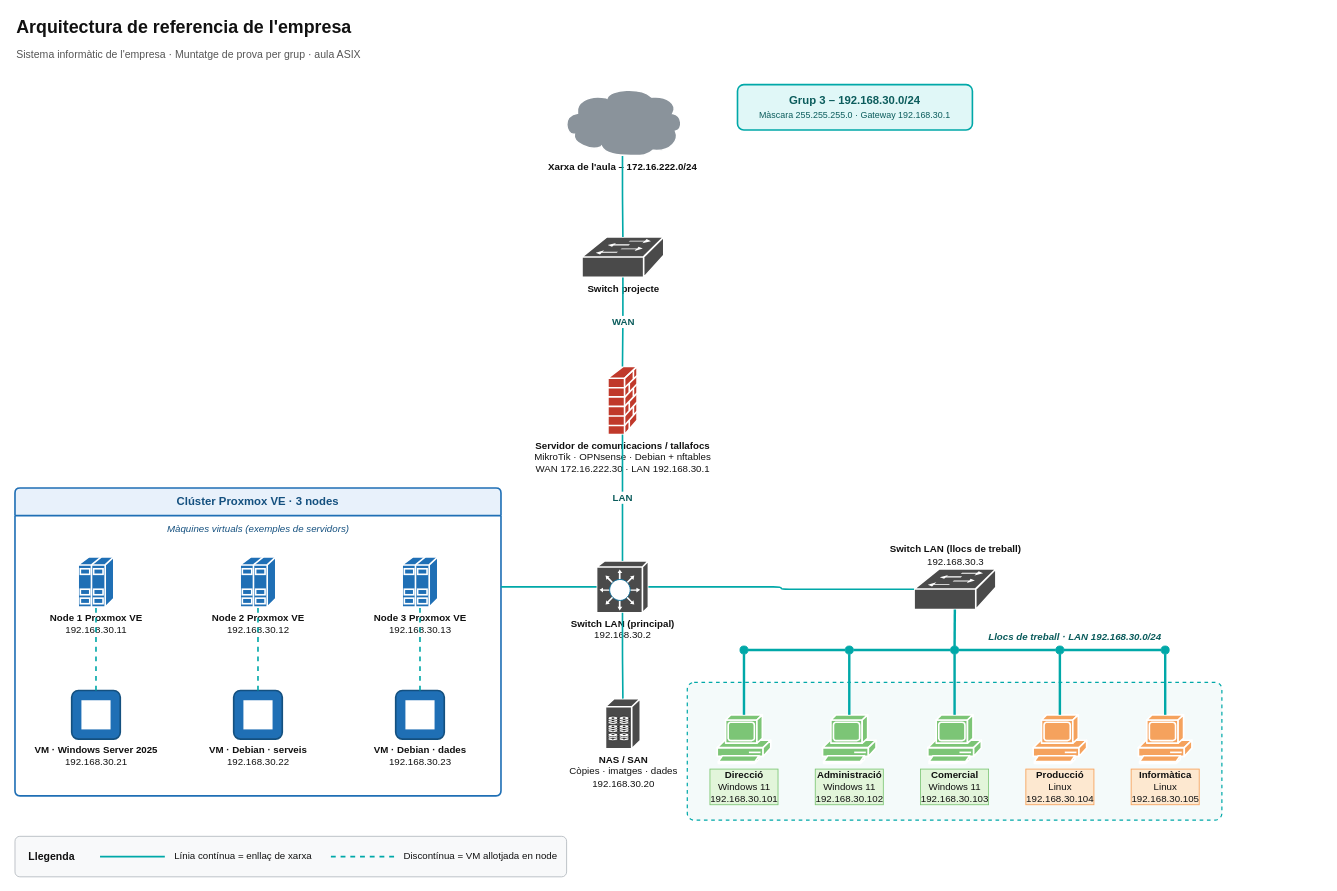
Above: diagrames/arquitectura-red.drawio in varo010/asix-aula-grup-03-ISO (draw.io), before the change. Source tidied: cells renumbered, new cells numbered last; positions are measured from the earlier drawing's top-left corner, leaving out a move shared by most shapes. Both pictures are drawn from the tidied source at 81%, with x=0, y=0 at pixel (15, 14).
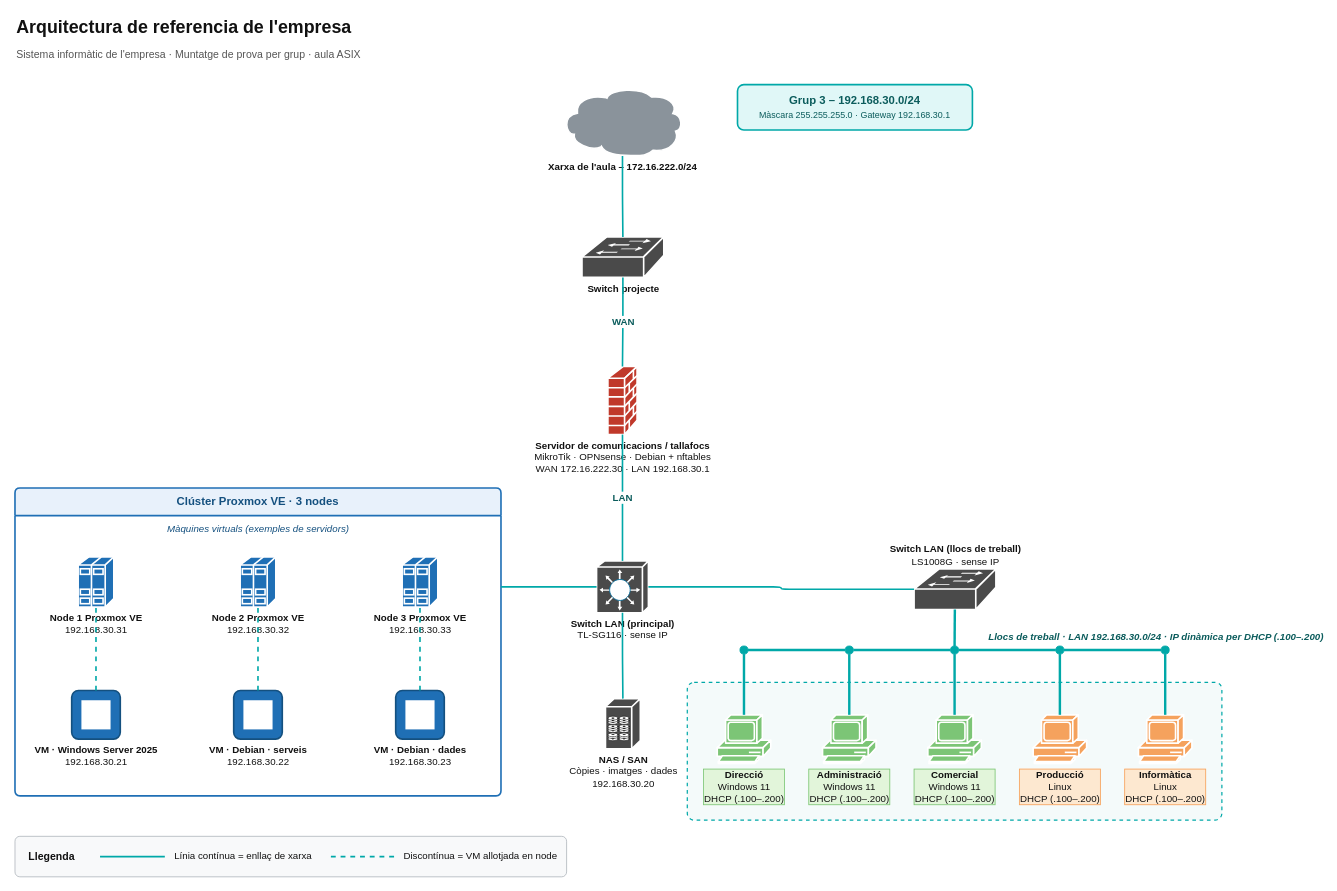
The same page after the edit.

Commit message (it also covers changes not shown here):
docs(t4): switches sin IP, nodos en .31-.33 y PC por DHCP (.100-.200)

- arquitectura-red.drawio: los switches no gestionables quedan sin IP y
  los nodos Proxmox pasan de .11-.13 a .31-.33.
- Los PC físicos y virtuales reciben IP dinámica por DHCP en el rango
  .100-.200 (ambos draw.io y 04-disseny).
- Rangos: servidores .16-.99, clientes DHCP .100-.200, .201-.254 libres.

Unchanged cells that the change refers to:
```xml
<mxCell id="33" value="Clúster Proxmox VE · 3 nodes" style="swimlane;startSize=34;rounded=1;arcSize=6;fillColor=#E8F1FB;strokeColor=#1F6FB5;strokeWidth=2;fontStyle=1;fontSize=14;fontColor=#14507F;html=1;whiteSpace=wrap;" parent="1" vertex="1">
  <mxGeometry y="585" width="600" height="380" as="geometry" />
</mxCell>
```

What changed in the source:
```diff
@@
-    <mxCell id="8" value="&lt;b&gt;Switch LAN (principal)&lt;/b&gt;&lt;br&gt;192.168.30.2" style="strokeColor=#ffffff;sketch=0;html=1;dashed=0;fillColor=#4A4A4A;strokeWidth=2;verticalLabelPosition=bottom;verticalAlign=top;align=center;outlineConnect=0;shape=mxgraph.cisco.switches.layer_3_switch;fontSize=12;fontColor=#111111;labelPerimeter=1;" parent="1" vertex="1">
+    <mxCell id="8" value="&lt;b&gt;Switch LAN (principal)&lt;/b&gt;&lt;br&gt;TL-SG116 · sense IP" style="strokeColor=#ffffff;sketch=0;html=1;dashed=0;fillColor=#4A4A4A;strokeWidth=2;verticalLabelPosition=bottom;verticalAlign=top;align=center;outlineConnect=0;shape=mxgraph.cisco.switches.layer_3_switch;fontSize=12;fontColor=#111111;labelPerimeter=1;" parent="1" vertex="1">
       <mxGeometry x="718" y="675" width="64" height="64" as="geometry" />
     </mxCell>
@@
-    <mxCell id="10" value="&lt;b&gt;Switch LAN (llocs de treball)&lt;/b&gt;&lt;br&gt;192.168.30.3" style="strokeColor=#ffffff;sketch=0;html=1;dashed=0;fillColor=#4A4A4A;strokeWidth=2;verticalLabelPosition=top;verticalAlign=bottom;align=center;outlineConnect=0;shape=mxgraph.cisco.switches.workgroup_switch;fontSize=12;fontColor=#111111;labelPerimeter=1;" parent="1" vertex="1">
+    <mxCell id="10" value="&lt;b&gt;Switch LAN (llocs de treball)&lt;/b&gt;&lt;br&gt;LS1008G · sense IP" style="strokeColor=#ffffff;sketch=0;html=1;dashed=0;fillColor=#4A4A4A;strokeWidth=2;verticalLabelPosition=top;verticalAlign=bottom;align=center;outlineConnect=0;shape=mxgraph.cisco.switches.workgroup_switch;fontSize=12;fontColor=#111111;labelPerimeter=1;" parent="1" vertex="1">
       <mxGeometry x="1110" y="685" width="101" height="50" as="geometry" />
     </mxCell>
@@
-    <mxCell id="12" value="Llocs de treball · LAN 192.168.30.0/24" style="text;html=1;align=left;verticalAlign=middle;fontSize=12;fontStyle=3;fontColor=#0B5C5C;strokeColor=none;fillColor=none;" parent="1" vertex="1">
+    <mxCell id="12" value="Llocs de treball · LAN 192.168.30.0/24 · IP dinàmica per DHCP (.100–.200)" style="text;html=1;align=left;verticalAlign=middle;fontSize=12;fontStyle=3;fontColor=#0B5C5C;strokeColor=none;fillColor=none;" parent="1" vertex="1">
       <mxGeometry x="1200" y="758" width="300" height="22" as="geometry" />
     </mxCell>
-    <mxCell id="13" value="&lt;b&gt;Direcció&lt;/b&gt;&lt;br&gt;Windows 11&lt;br&gt;192.168.30.101" style="sketch=0;html=1;dashed=0;fillColor=#7CC576;strokeColor=#ffffff;strokeWidth=2;verticalLabelPosition=bottom;verticalAlign=top;align=center;outlineConnect=0;shape=mxgraph.cisco.computers_and_peripherals.pc;fontSize=12;fontColor=#111111;labelBackgroundColor=#E2F5DA;labelBorderColor=#7CC576;labelPerimeter=1;" parent="1" vertex="1">
+    <mxCell id="13" value="&lt;b&gt;Direcció&lt;/b&gt;&lt;br&gt;Windows 11&lt;br&gt;DHCP (.100–.200)" style="sketch=0;html=1;dashed=0;fillColor=#7CC576;strokeColor=#ffffff;strokeWidth=2;verticalLabelPosition=bottom;verticalAlign=top;align=center;outlineConnect=0;shape=mxgraph.cisco.computers_and_peripherals.pc;fontSize=12;fontColor=#111111;labelBackgroundColor=#E2F5DA;labelBorderColor=#7CC576;labelPerimeter=1;" parent="1" vertex="1">
       <mxGeometry x="867" y="865" width="66" height="60" as="geometry" />
     </mxCell>
-    <mxCell id="14" value="&lt;b&gt;Administració&lt;/b&gt;&lt;br&gt;Windows 11&lt;br&gt;192.168.30.102" style="sketch=0;html=1;dashed=0;fillColor=#7CC576;strokeColor=#ffffff;strokeWidth=2;verticalLabelPosition=bottom;verticalAlign=top;align=center;outlineConnect=0;shape=mxgraph.cisco.computers_and_peripherals.pc;fontSize=12;fontColor=#111111;labelBackgroundColor=#E2F5DA;labelBorderColor=#7CC576;labelPerimeter=1;" parent="1" vertex="1">
+    <mxCell id="14" value="&lt;b&gt;Administració&lt;/b&gt;&lt;br&gt;Windows 11&lt;br&gt;DHCP (.100–.200)" style="sketch=0;html=1;dashed=0;fillColor=#7CC576;strokeColor=#ffffff;strokeWidth=2;verticalLabelPosition=bottom;verticalAlign=top;align=center;outlineConnect=0;shape=mxgraph.cisco.computers_and_peripherals.pc;fontSize=12;fontColor=#111111;labelBackgroundColor=#E2F5DA;labelBorderColor=#7CC576;labelPerimeter=1;" parent="1" vertex="1">
       <mxGeometry x="997" y="865" width="66" height="60" as="geometry" />
     </mxCell>
-    <mxCell id="15" value="&lt;b&gt;Comercial&lt;/b&gt;&lt;br&gt;Windows 11&lt;br&gt;192.168.30.103" style="sketch=0;html=1;dashed=0;fillColor=#7CC576;strokeColor=#ffffff;strokeWidth=2;verticalLabelPosition=bottom;verticalAlign=top;align=center;outlineConnect=0;shape=mxgraph.cisco.computers_and_peripherals.pc;fontSize=12;fontColor=#111111;labelBackgroundColor=#E2F5DA;labelBorderColor=#7CC576;labelPerimeter=1;" parent="1" vertex="1">
+    <mxCell id="15" value="&lt;b&gt;Comercial&lt;/b&gt;&lt;br&gt;Windows 11&lt;br&gt;DHCP (.100–.200)" style="sketch=0;html=1;dashed=0;fillColor=#7CC576;strokeColor=#ffffff;strokeWidth=2;verticalLabelPosition=bottom;verticalAlign=top;align=center;outlineConnect=0;shape=mxgraph.cisco.computers_and_peripherals.pc;fontSize=12;fontColor=#111111;labelBackgroundColor=#E2F5DA;labelBorderColor=#7CC576;labelPerimeter=1;" parent="1" vertex="1">
       <mxGeometry x="1127" y="865" width="66" height="60" as="geometry" />
     </mxCell>
-    <mxCell id="16" value="&lt;b&gt;Producció&lt;/b&gt;&lt;br&gt;Linux&lt;br&gt;192.168.30.104" style="sketch=0;html=1;dashed=0;fillColor=#F5A25D;strokeColor=#ffffff;strokeWidth=2;verticalLabelPosition=bottom;verticalAlign=top;align=center;outlineConnect=0;shape=mxgraph.cisco.computers_and_peripherals.pc;fontSize=12;fontColor=#111111;labelBackgroundColor=#FDE8D0;labelBorderColor=#F5A25D;labelPerimeter=1;" parent="1" vertex="1">
+    <mxCell id="16" value="&lt;b&gt;Producció&lt;/b&gt;&lt;br&gt;Linux&lt;br&gt;DHCP (.100–.200)" style="sketch=0;html=1;dashed=0;fillColor=#F5A25D;strokeColor=#ffffff;strokeWidth=2;verticalLabelPosition=bottom;verticalAlign=top;align=center;outlineConnect=0;shape=mxgraph.cisco.computers_and_peripherals.pc;fontSize=12;fontColor=#111111;labelBackgroundColor=#FDE8D0;labelBorderColor=#F5A25D;labelPerimeter=1;" parent="1" vertex="1">
       <mxGeometry x="1257" y="865" width="66" height="60" as="geometry" />
     </mxCell>
-    <mxCell id="17" value="&lt;b&gt;Informàtica&lt;/b&gt;&lt;br&gt;Linux&lt;br&gt;192.168.30.105" style="sketch=0;html=1;dashed=0;fillColor=#F5A25D;strokeColor=#ffffff;strokeWidth=2;verticalLabelPosition=bottom;verticalAlign=top;align=center;outlineConnect=0;shape=mxgraph.cisco.computers_and_peripherals.pc;fontSize=12;fontColor=#111111;labelBackgroundColor=#FDE8D0;labelBorderColor=#F5A25D;labelPerimeter=1;" parent="1" vertex="1">
+    <mxCell id="17" value="&lt;b&gt;Informàtica&lt;/b&gt;&lt;br&gt;Linux&lt;br&gt;DHCP (.100–.200)" style="sketch=0;html=1;dashed=0;fillColor=#F5A25D;strokeColor=#ffffff;strokeWidth=2;verticalLabelPosition=bottom;verticalAlign=top;align=center;outlineConnect=0;shape=mxgraph.cisco.computers_and_peripherals.pc;fontSize=12;fontColor=#111111;labelBackgroundColor=#FDE8D0;labelBorderColor=#F5A25D;labelPerimeter=1;" parent="1" vertex="1">
       <mxGeometry x="1387" y="865" width="66" height="60" as="geometry" />
     </mxCell>
@@
-    <mxCell id="35" value="&lt;b&gt;Node 1 Proxmox VE&lt;/b&gt;&lt;br&gt;192.168.30.11" style="strokeColor=#ffffff;sketch=0;html=1;dashed=0;fillColor=#1F6FB5;strokeWidth=2;verticalLabelPosition=bottom;verticalAlign=top;align=center;outlineConnect=0;shape=mxgraph.cisco.servers.standard_host;fontSize=12;fontColor=#111111;labelPerimeter=1;" parent="33" vertex="1">
+    <mxCell id="35" value="&lt;b&gt;Node 1 Proxmox VE&lt;/b&gt;&lt;br&gt;192.168.30.31" style="strokeColor=#ffffff;sketch=0;html=1;dashed=0;fillColor=#1F6FB5;strokeWidth=2;verticalLabelPosition=bottom;verticalAlign=top;align=center;outlineConnect=0;shape=mxgraph.cisco.servers.standard_host;fontSize=12;fontColor=#111111;labelPerimeter=1;" parent="33" vertex="1">
       <mxGeometry x="78" y="85" width="44" height="62" as="geometry" />
     </mxCell>
-    <mxCell id="36" value="&lt;b&gt;Node 2 Proxmox VE&lt;/b&gt;&lt;br&gt;192.168.30.12" style="strokeColor=#ffffff;sketch=0;html=1;dashed=0;fillColor=#1F6FB5;strokeWidth=2;verticalLabelPosition=bottom;verticalAlign=top;align=center;outlineConnect=0;shape=mxgraph.cisco.servers.standard_host;fontSize=12;fontColor=#111111;labelPerimeter=1;" parent="33" vertex="1">
+    <mxCell id="36" value="&lt;b&gt;Node 2 Proxmox VE&lt;/b&gt;&lt;br&gt;192.168.30.32" style="strokeColor=#ffffff;sketch=0;html=1;dashed=0;fillColor=#1F6FB5;strokeWidth=2;verticalLabelPosition=bottom;verticalAlign=top;align=center;outlineConnect=0;shape=mxgraph.cisco.servers.standard_host;fontSize=12;fontColor=#111111;labelPerimeter=1;" parent="33" vertex="1">
       <mxGeometry x="278" y="85" width="44" height="62" as="geometry" />
     </mxCell>
-    <mxCell id="37" value="&lt;b&gt;Node 3 Proxmox VE&lt;/b&gt;&lt;br&gt;192.168.30.13" style="strokeColor=#ffffff;sketch=0;html=1;dashed=0;fillColor=#1F6FB5;strokeWidth=2;verticalLabelPosition=bottom;verticalAlign=top;align=center;outlineConnect=0;shape=mxgraph.cisco.servers.standard_host;fontSize=12;fontColor=#111111;labelPerimeter=1;" parent="33" vertex="1">
+    <mxCell id="37" value="&lt;b&gt;Node 3 Proxmox VE&lt;/b&gt;&lt;br&gt;192.168.30.33" style="strokeColor=#ffffff;sketch=0;html=1;dashed=0;fillColor=#1F6FB5;strokeWidth=2;verticalLabelPosition=bottom;verticalAlign=top;align=center;outlineConnect=0;shape=mxgraph.cisco.servers.standard_host;fontSize=12;fontColor=#111111;labelPerimeter=1;" parent="33" vertex="1">
       <mxGeometry x="478" y="85" width="44" height="62" as="geometry" />
     </mxCell>
```
